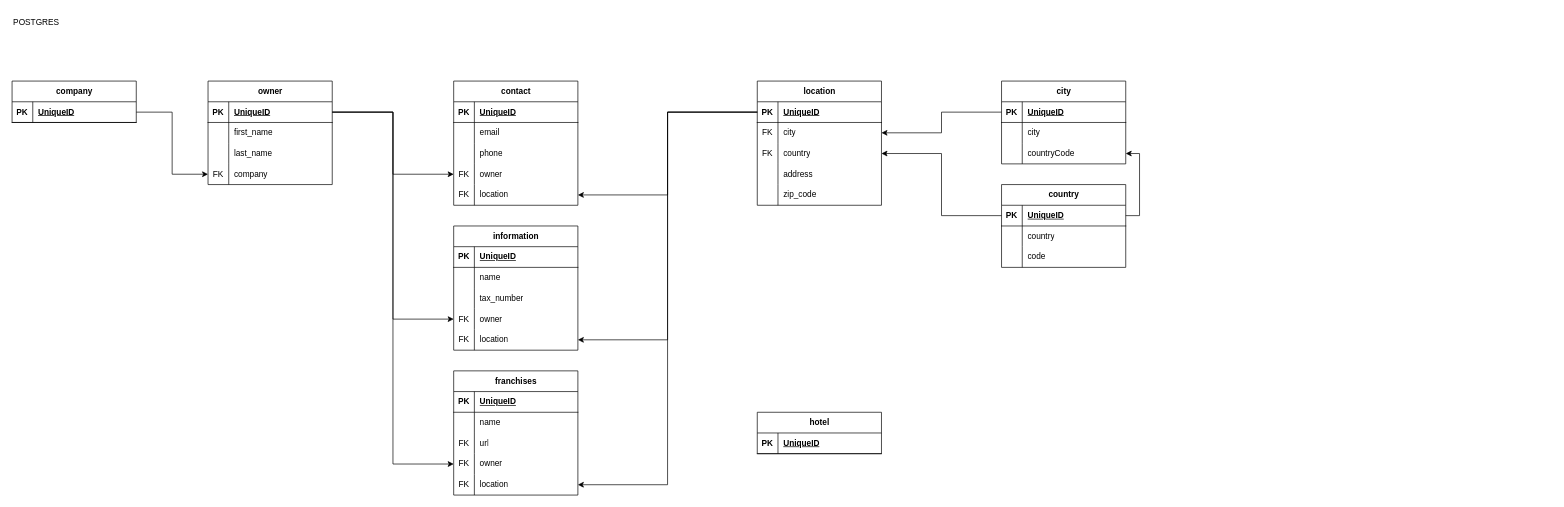
Above: docs/DATABASE.drawio in daniel-mateus-dev/thecnical-test-clubhub (draw.io), before the change. Source tidied: cells renumbered, new cells numbered last; positions are measured from the earlier drawing's top-left corner, leaving out a move shared by most shapes. Both pictures are drawn from the tidied source at 69%, with x=0, y=0 at pixel (12, 12).
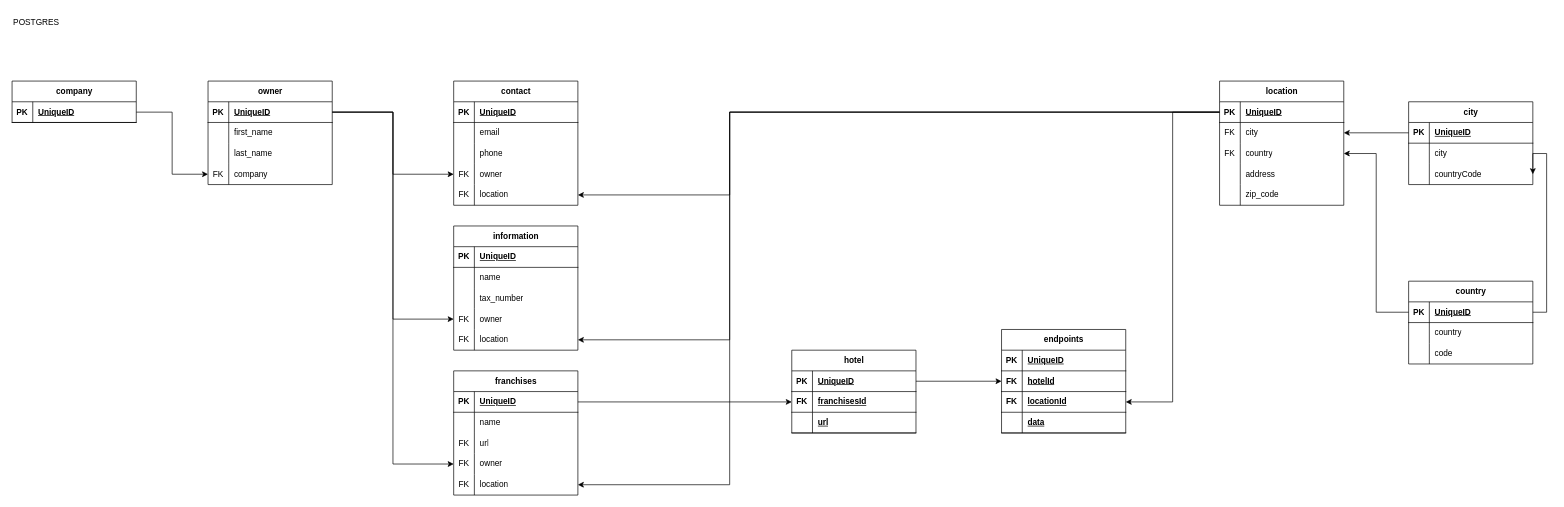
After the change.

Unchanged cells that the change refers to:
```xml
<mxCell id="34" style="shape=tableRow;horizontal=0;startSize=0;swimlaneHead=0;swimlaneBody=0;fillColor=none;points=[[0,0.5],[1,0.5]];portConstraint=eastwest;top=0;left=0;right=0;bottom=0;" parent="21" vertex="1">
  <mxGeometry y="150" width="180" height="30" as="geometry" />
</mxCell>
<mxCell id="38" style="shape=tableRow;horizontal=0;startSize=0;swimlaneHead=0;swimlaneBody=0;fillColor=none;points=[[0,0.5],[1,0.5]];portConstraint=eastwest;top=0;left=0;right=0;bottom=1;" parent="37" vertex="1">
  <mxGeometry y="30" width="180" height="30" as="geometry" />
</mxCell>
<mxCell id="66" style="shape=tableRow;horizontal=0;startSize=0;swimlaneHead=0;swimlaneBody=0;fillColor=none;points=[[0,0.5],[1,0.5]];portConstraint=eastwest;top=0;left=0;right=0;bottom=0;" parent="53" vertex="1">
  <mxGeometry y="150" width="180" height="30" as="geometry" />
</mxCell>
<mxCell id="70" style="shape=tableRow;horizontal=0;startSize=0;swimlaneHead=0;swimlaneBody=0;fillColor=none;points=[[0,0.5],[1,0.5]];portConstraint=eastwest;top=0;left=0;right=0;bottom=1;" parent="69" vertex="1">
  <mxGeometry y="30" width="180" height="30" as="geometry" />
</mxCell>
<mxCell id="82" style="shape=tableRow;horizontal=0;startSize=0;swimlaneHead=0;swimlaneBody=0;fillColor=none;points=[[0,0.5],[1,0.5]];portConstraint=eastwest;top=0;left=0;right=0;bottom=0;" parent="69" vertex="1">
  <mxGeometry y="150" width="180" height="30" as="geometry" />
</mxCell>
<mxCell id="98" style="shape=tableRow;horizontal=0;startSize=0;swimlaneHead=0;swimlaneBody=0;fillColor=none;points=[[0,0.5],[1,0.5]];portConstraint=eastwest;top=0;left=0;right=0;bottom=0;" parent="91" vertex="1">
  <mxGeometry y="90" width="180" height="30" as="geometry" />
</mxCell>
<mxCell id="102" style="shape=tableRow;horizontal=0;startSize=0;swimlaneHead=0;swimlaneBody=0;fillColor=none;points=[[0,0.5],[1,0.5]];portConstraint=eastwest;top=0;left=0;right=0;bottom=1;" parent="101" vertex="1">
  <mxGeometry y="30" width="180" height="30" as="geometry" />
</mxCell>
<mxCell id="115" style="shape=tableRow;horizontal=0;startSize=0;swimlaneHead=0;swimlaneBody=0;fillColor=none;points=[[0,0.5],[1,0.5]];portConstraint=eastwest;top=0;left=0;right=0;bottom=1;" parent="114" vertex="1">
  <mxGeometry y="30" width="180" height="30" as="geometry" />
</mxCell>
```

What changed in the source:
```diff
@@
     <mxCell id="37" value="location" style="shape=table;startSize=30;childLayout=tableLayout;rowLines=0;fontStyle=1;align=center;html=1;" parent="1" vertex="1">
-      <mxGeometry x="1080" y="100" width="180" height="180" as="geometry" />
+      <mxGeometry x="1750" y="100" width="180" height="180" as="geometry" />
     </mxCell>
@@
     <mxCell id="88" style="edgeStyle=orthogonalEdgeStyle;rounded=0;jettySize=auto;html=1;" parent="1" edge="1" source="38" target="34">
-      <mxGeometry relative="1" as="geometry" />
+      <mxGeometry relative="1" as="geometry">
+        <Array as="points">
+          <mxPoint x="1040" y="145" />
+          <mxPoint x="1040" y="265" />
+        </Array>
+      </mxGeometry>
     </mxCell>
     <mxCell id="89" style="edgeStyle=orthogonalEdgeStyle;rounded=0;jettySize=auto;html=1;" parent="1" edge="1" source="38" target="66">
-      <mxGeometry relative="1" as="geometry" />
+      <mxGeometry relative="1" as="geometry">
+        <Array as="points">
+          <mxPoint x="1040" y="145" />
+          <mxPoint x="1040" y="475" />
+        </Array>
+      </mxGeometry>
     </mxCell>
     <mxCell id="90" style="edgeStyle=orthogonalEdgeStyle;rounded=0;jettySize=auto;html=1;" parent="1" edge="1" source="38" target="82">
-      <mxGeometry relative="1" as="geometry" />
+      <mxGeometry relative="1" as="geometry">
+        <Array as="points">
+          <mxPoint x="1040" y="145" />
+          <mxPoint x="1040" y="685" />
+        </Array>
+      </mxGeometry>
     </mxCell>
     <mxCell id="91" value="city" style="shape=table;startSize=30;childLayout=tableLayout;rowLines=0;fontStyle=1;align=center;html=1;" parent="1" vertex="1">
-      <mxGeometry x="1434" y="100" width="180" height="120" as="geometry" />
+      <mxGeometry x="2024" y="130" width="180" height="120" as="geometry" />
     </mxCell>
@@
     <mxCell id="101" value="country" style="shape=table;startSize=30;childLayout=tableLayout;rowLines=0;fontStyle=1;align=center;html=1;" parent="1" vertex="1">
-      <mxGeometry x="1434" y="250" width="180" height="120" as="geometry" />
+      <mxGeometry x="2024" y="390" width="180" height="120" as="geometry" />
     </mxCell>
@@
     <mxCell id="113" style="edgeStyle=orthogonalEdgeStyle;rounded=0;jettySize=auto;html=1;entryX=1;entryY=0.5;entryDx=0;entryDy=0;" parent="1" edge="1" source="102" target="98">
       <mxGeometry relative="1" as="geometry">
         <Array as="points">
-          <mxPoint x="1634" y="295" />
-          <mxPoint x="1634" y="205" />
+          <mxPoint x="2224" y="435" />
+          <mxPoint x="2224" y="205" />
         </Array>
       </mxGeometry>
     </mxCell>
     <mxCell id="114" value="hotel" style="shape=table;startSize=30;childLayout=tableLayout;rowLines=0;fontStyle=1;align=center;html=1;" parent="1" vertex="1">
-      <mxGeometry x="1080" y="580" width="180" height="60" as="geometry" />
+      <mxGeometry x="1130" y="490" width="180" height="120" as="geometry" />
     </mxCell>
@@
+    <mxCell id="118" style="shape=tableRow;horizontal=0;startSize=0;swimlaneHead=0;swimlaneBody=0;fillColor=none;points=[[0,0.5],[1,0.5]];portConstraint=eastwest;top=0;left=0;right=0;bottom=1;" parent="114" vertex="1">
+      <mxGeometry y="60" width="180" height="30" as="geometry" />
+    </mxCell>
+    <mxCell id="119" value="FK" style="shape=partialRectangle;fillColor=none;top=0;left=0;bottom=0;right=0;fontStyle=1;overflow=hidden;whiteSpace=wrap;html=1;" parent="118" vertex="1">
+      <mxGeometry width="30" height="30" as="geometry" />
+    </mxCell>
+    <mxCell id="120" value="franchisesId" style="shape=partialRectangle;fillColor=none;top=0;left=0;bottom=0;right=0;align=left;spacingLeft=6;fontStyle=5;overflow=hidden;whiteSpace=wrap;html=1;" parent="118" vertex="1">
+      <mxGeometry x="30" width="150" height="30" as="geometry" />
+    </mxCell>
+    <mxCell id="121" style="shape=tableRow;horizontal=0;startSize=0;swimlaneHead=0;swimlaneBody=0;fillColor=none;top=0;left=0;right=0;bottom=1;" parent="114" vertex="1">
+      <mxGeometry y="90" width="180" height="30" as="geometry" />
+    </mxCell>
+    <mxCell id="122" style="shape=partialRectangle;fillColor=none;top=0;left=0;bottom=0;right=0;fontStyle=1;overflow=hidden;whiteSpace=wrap;html=1;" parent="121" vertex="1">
+      <mxGeometry width="30" height="30" as="geometry" />
+    </mxCell>
+    <mxCell id="123" value="url" style="shape=partialRectangle;fillColor=none;top=0;left=0;bottom=0;right=0;align=left;spacingLeft=6;fontStyle=5;overflow=hidden;whiteSpace=wrap;html=1;" parent="121" vertex="1">
+      <mxGeometry x="30" width="150" height="30" as="geometry" />
+    </mxCell>
+    <mxCell id="124" value="endpoints" style="shape=table;startSize=30;childLayout=tableLayout;rowLines=0;fontStyle=1;align=center;html=1;" parent="1" vertex="1">
+      <mxGeometry x="1434" y="460" width="180" height="150" as="geometry" />
+    </mxCell>
+    <mxCell id="125" style="shape=tableRow;horizontal=0;startSize=0;swimlaneHead=0;swimlaneBody=0;fillColor=none;top=0;left=0;right=0;bottom=1;" parent="124" vertex="1">
+      <mxGeometry y="30" width="180" height="30" as="geometry" />
+    </mxCell>
+    <mxCell id="126" value="PK" style="shape=partialRectangle;fillColor=none;top=0;left=0;bottom=0;right=0;fontStyle=1;overflow=hidden;whiteSpace=wrap;html=1;" parent="125" vertex="1">
+      <mxGeometry width="30" height="30" as="geometry" />
+    </mxCell>
+    <mxCell id="127" value="UniqueID" style="shape=partialRectangle;fillColor=none;top=0;left=0;bottom=0;right=0;align=left;spacingLeft=6;fontStyle=5;overflow=hidden;whiteSpace=wrap;html=1;" parent="125" vertex="1">
+      <mxGeometry x="30" width="150" height="30" as="geometry" />
+    </mxCell>
+    <mxCell id="128" style="shape=tableRow;horizontal=0;startSize=0;swimlaneHead=0;swimlaneBody=0;fillColor=none;points=[[0,0.5],[1,0.5]];portConstraint=eastwest;top=0;left=0;right=0;bottom=1;" parent="124" vertex="1">
+      <mxGeometry y="60" width="180" height="30" as="geometry" />
+    </mxCell>
+    <mxCell id="129" value="FK" style="shape=partialRectangle;fillColor=none;top=0;left=0;bottom=0;right=0;fontStyle=1;overflow=hidden;whiteSpace=wrap;html=1;" parent="128" vertex="1">
+      <mxGeometry width="30" height="30" as="geometry" />
+    </mxCell>
+    <mxCell id="130" value="hotelId" style="shape=partialRectangle;fillColor=none;top=0;left=0;bottom=0;right=0;align=left;spacingLeft=6;fontStyle=5;overflow=hidden;whiteSpace=wrap;html=1;" parent="128" vertex="1">
+      <mxGeometry x="30" width="150" height="30" as="geometry" />
+    </mxCell>
+    <mxCell id="131" style="shape=tableRow;horizontal=0;startSize=0;swimlaneHead=0;swimlaneBody=0;fillColor=none;points=[[0,0.5],[1,0.5]];portConstraint=eastwest;top=0;left=0;right=0;bottom=1;" parent="124" vertex="1">
+      <mxGeometry y="90" width="180" height="30" as="geometry" />
+    </mxCell>
+    <mxCell id="132" value="FK" style="shape=partialRectangle;fillColor=none;top=0;left=0;bottom=0;right=0;fontStyle=1;overflow=hidden;whiteSpace=wrap;html=1;" parent="131" vertex="1">
+      <mxGeometry width="30" height="30" as="geometry" />
+    </mxCell>
+    <mxCell id="133" value="locationId" style="shape=partialRectangle;fillColor=none;top=0;left=0;bottom=0;right=0;align=left;spacingLeft=6;fontStyle=5;overflow=hidden;whiteSpace=wrap;html=1;" parent="131" vertex="1">
+      <mxGeometry x="30" width="150" height="30" as="geometry" />
+    </mxCell>
+    <mxCell id="134" style="shape=tableRow;horizontal=0;startSize=0;swimlaneHead=0;swimlaneBody=0;fillColor=none;top=0;left=0;right=0;bottom=1;" parent="124" vertex="1">
+      <mxGeometry y="120" width="180" height="30" as="geometry" />
+    </mxCell>
+    <mxCell id="135" style="shape=partialRectangle;fillColor=none;top=0;left=0;bottom=0;right=0;fontStyle=1;overflow=hidden;whiteSpace=wrap;html=1;" parent="134" vertex="1">
+      <mxGeometry width="30" height="30" as="geometry" />
+    </mxCell>
+    <mxCell id="136" value="data" style="shape=partialRectangle;fillColor=none;top=0;left=0;bottom=0;right=0;align=left;spacingLeft=6;fontStyle=5;overflow=hidden;whiteSpace=wrap;html=1;" parent="134" vertex="1">
+      <mxGeometry x="30" width="150" height="30" as="geometry" />
+    </mxCell>
+    <mxCell id="137" style="edgeStyle=orthogonalEdgeStyle;rounded=0;jettySize=auto;html=1;" parent="1" edge="1" source="115" target="128">
+      <mxGeometry relative="1" as="geometry" />
+    </mxCell>
+    <mxCell id="138" style="edgeStyle=orthogonalEdgeStyle;rounded=0;jettySize=auto;html=1;" parent="1" edge="1" source="38" target="131">
+      <mxGeometry relative="1" as="geometry" />
+    </mxCell>
+    <mxCell id="139" style="edgeStyle=orthogonalEdgeStyle;rounded=0;jettySize=auto;html=1;" parent="1" edge="1" source="70" target="118">
+      <mxGeometry relative="1" as="geometry" />
+    </mxCell>
```
